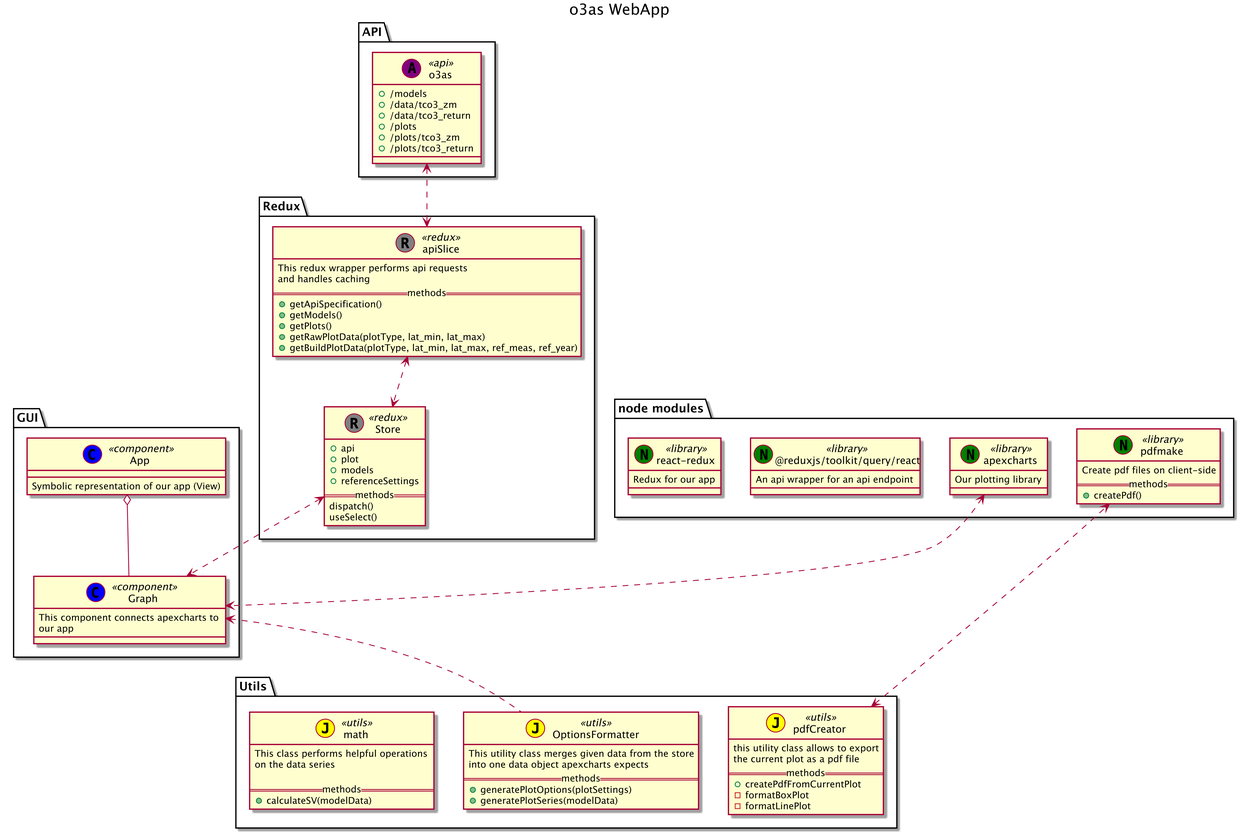
Above: DesignPhase/UML/package-structure/package-diagram.png in EOSC-synergy/o3webapp (PlantUML), before the change.
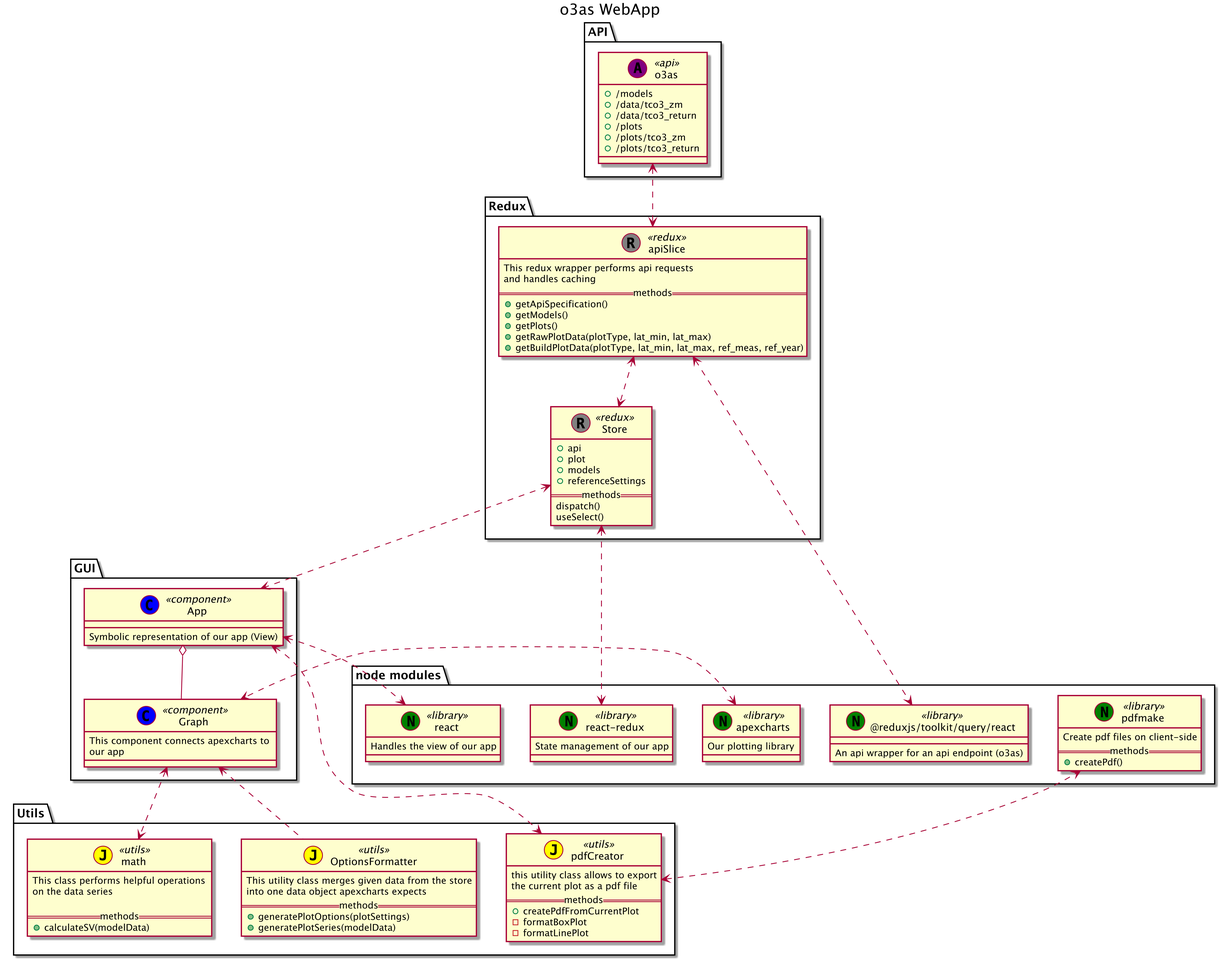
The same file after the commit.

Commit message:
updated sequence diag

Diff of the diagram source:
```diff
@@ -86,16 +86,20 @@
         +createPdf()
     }
 
+    class "react" << (N, green) library >> {
+        Handles the view of our app
+    }
+
     class "apexcharts" <<(N, green) library >> {
         Our plotting library
     }
 
     class "@reduxjs/toolkit/query/react" <<(N, green) library >> {
-        An api wrapper for an api endpoint
+        An api wrapper for an api endpoint (o3as)
     }
 
     class "react-redux" <<(N, green) library >> {
-        Redux for our app
+        State management of our app
     }
 
 }
@@ -104,8 +108,14 @@
 "o3as" <..> "apiSlice"
 "apiSlice" <..> "Store"
 "pdfCreator" <..> "pdfmake"
-"Store" <..> "Graph"
+"Store" <..> "App"
 "Graph" <.. "OptionsFormatter"
+"Graph" <..> "math"
+"apiSlice" <..> "@reduxjs/toolkit/query/react"
+"Store" <..> "react-redux"
+"App" <..> "react"
+
 "App" o-- "Graph"
+"App" <..> "pdfCreator"
 
 @enduml
```
